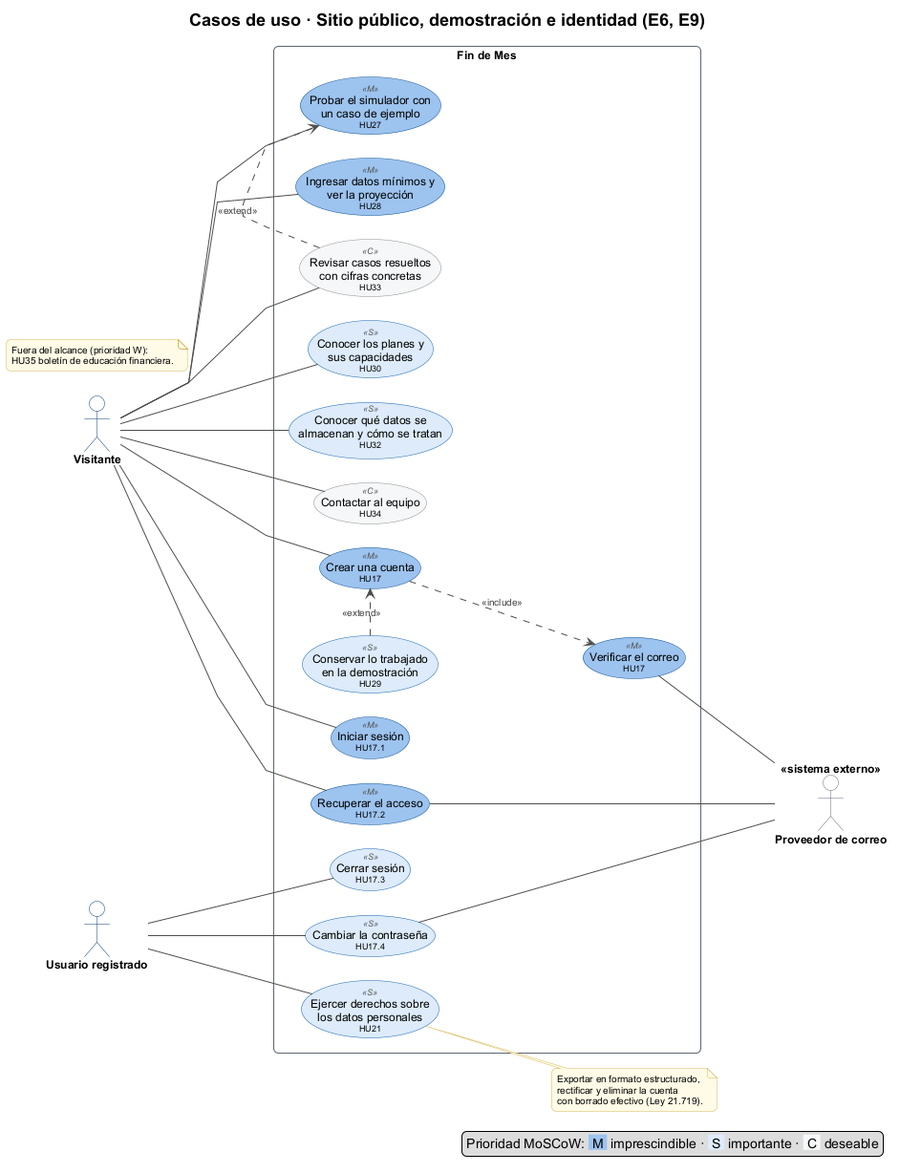
The PlantUML diagram docs/diagrams/use-cases/cu-1-sitio-publico-e-identidad.png in offlnr/findemes, before a commit.
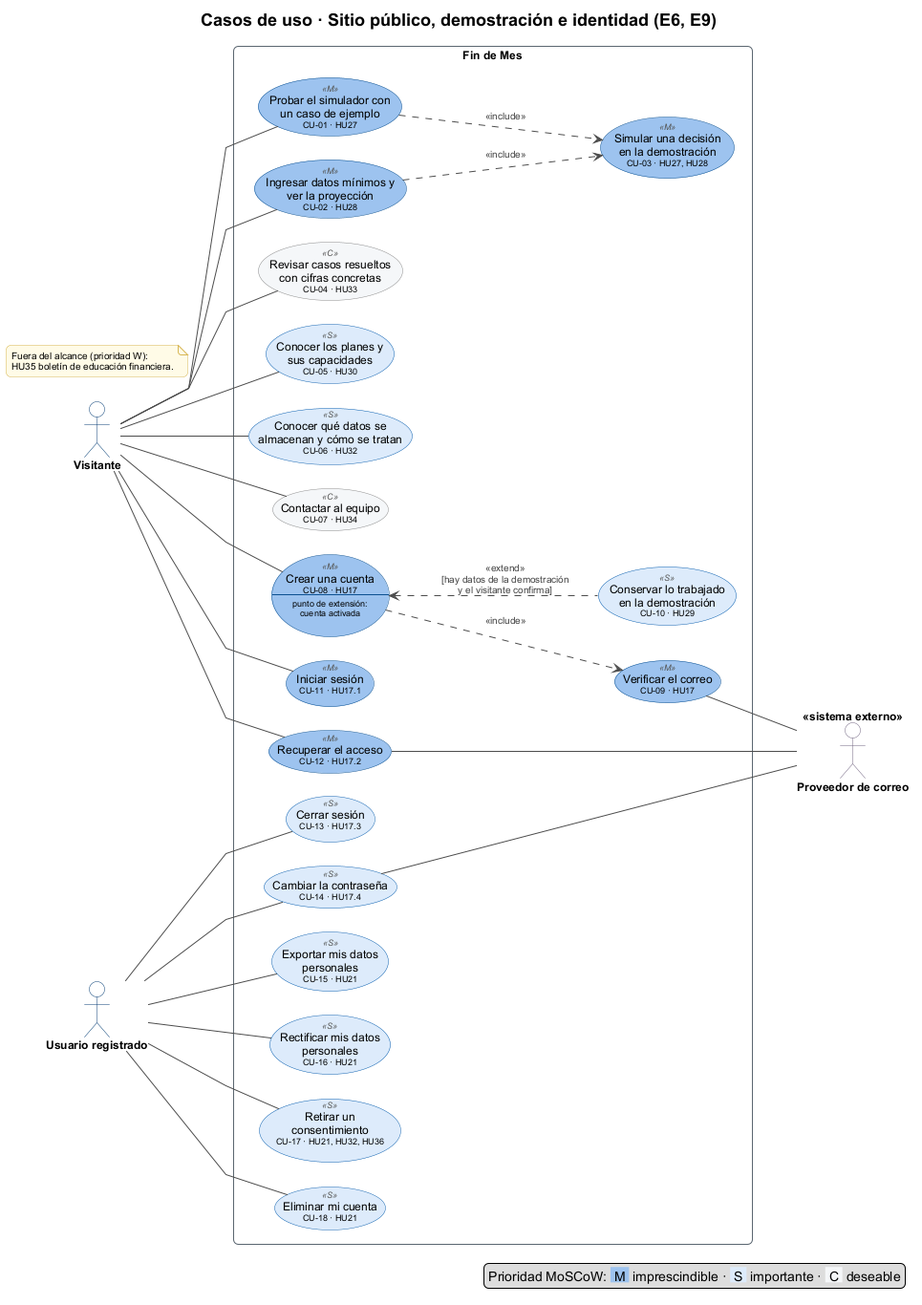
The same diagram one commit later.

Change to the diagram source:
```diff
@@ -8,20 +8,31 @@
 actor "Proveedor de correo" <<sistema externo>> as MAIL
 
 rectangle "Fin de Mes" {
-  usecase "Probar el simulador con\nun caso de ejemplo\n<size:9>HU27</size>" as HU27 <<M>>
-  usecase "Ingresar datos mínimos y\nver la proyección\n<size:9>HU28</size>" as HU28 <<M>>
-  usecase "Revisar casos resueltos\ncon cifras concretas\n<size:9>HU33</size>" as HU33 <<C>>
-  usecase "Conocer los planes y\nsus capacidades\n<size:9>HU30</size>" as HU30 <<S>>
-  usecase "Conocer qué datos se\nalmacenan y cómo se tratan\n<size:9>HU32</size>" as HU32 <<S>>
-  usecase "Contactar al equipo\n<size:9>HU34</size>" as HU34 <<C>>
-  usecase "Crear una cuenta\n<size:9>HU17</size>" as HU17 <<M>>
-  usecase "Verificar el correo\n<size:9>HU17</size>" as VERIFY <<M>>
-  usecase "Conservar lo trabajado\nen la demostración\n<size:9>HU29</size>" as HU29 <<S>>
-  usecase "Iniciar sesión\n<size:9>HU17.1</size>" as HU171 <<M>>
-  usecase "Recuperar el acceso\n<size:9>HU17.2</size>" as HU172 <<M>>
-  usecase "Cerrar sesión\n<size:9>HU17.3</size>" as HU173 <<S>>
-  usecase "Cambiar la contraseña\n<size:9>HU17.4</size>" as HU174 <<S>>
-  usecase "Ejercer derechos sobre\nlos datos personales\n<size:9>HU21</size>" as HU21 <<S>>
+  usecase "Probar el simulador con\nun caso de ejemplo\n<size:9>CU-01 · HU27</size>" as HU27 <<M>>
+  usecase "Ingresar datos mínimos y\nver la proyección\n<size:9>CU-02 · HU28</size>" as HU28 <<M>>
+  usecase "Simular una decisión\nen la demostración\n<size:9>CU-03 · HU27, HU28</size>" as SIMDEMO <<M>>
+
+  usecase "Revisar casos resueltos\ncon cifras concretas\n<size:9>CU-04 · HU33</size>" as HU33 <<C>>
+  usecase "Conocer los planes y\nsus capacidades\n<size:9>CU-05 · HU30</size>" as HU30 <<S>>
+  usecase "Conocer qué datos se\nalmacenan y cómo se tratan\n<size:9>CU-06 · HU32</size>" as HU32 <<S>>
+  usecase "Contactar al equipo\n<size:9>CU-07 · HU34</size>" as HU34 <<C>>
+
+  usecase HU17 <<M>> as "Crear una cuenta
+<size:9>CU-08 · HU17</size>
+--
+<size:9>punto de extensión:</size>
+<size:9>cuenta activada</size>"
+  usecase "Verificar el correo\n<size:9>CU-09 · HU17</size>" as VERIFY <<M>>
+  usecase "Conservar lo trabajado\nen la demostración\n<size:9>CU-10 · HU29</size>" as HU29 <<S>>
+  usecase "Iniciar sesión\n<size:9>CU-11 · HU17.1</size>" as HU171 <<M>>
+  usecase "Recuperar el acceso\n<size:9>CU-12 · HU17.2</size>" as HU172 <<M>>
+
+  usecase "Cerrar sesión\n<size:9>CU-13 · HU17.3</size>" as HU173 <<S>>
+  usecase "Cambiar la contraseña\n<size:9>CU-14 · HU17.4</size>" as HU174 <<S>>
+  usecase "Exportar mis datos\npersonales\n<size:9>CU-15 · HU21</size>" as EXP <<S>>
+  usecase "Rectificar mis datos\npersonales\n<size:9>CU-16 · HU21</size>" as RECT <<S>>
+  usecase "Retirar un\nconsentimiento\n<size:9>CU-17 · HU21, HU32, HU36</size>" as CONS <<S>>
+  usecase "Eliminar mi cuenta\n<size:9>CU-18 · HU21</size>" as DEL <<S>>
 }
 
 V -- HU27
@@ -36,21 +47,19 @@
 
 U -- HU173
 U -- HU174
-U -- HU21
+U -- EXP
+U -- RECT
+U -- CONS
+U -- DEL
 
+HU27 ..> SIMDEMO : <<include>>
+HU28 ..> SIMDEMO : <<include>>
 HU17 ..> VERIFY : <<include>>
-HU29 .[norank].> HU17 : <<extend>>
-HU33 .[norank].> HU27 : <<extend>>
+HU17 <.. HU29 : <<extend>>\n[hay datos de la demostración\ny el visitante confirma]
 
 VERIFY -- MAIL
 HU172 -- MAIL
 HU174 -- MAIL
-
-note right of HU21
-  Exportar en formato estructurado,
-  rectificar y eliminar la cuenta
-  con borrado efectivo (Ley 21.719).
-end note
 
 note "Fuera del alcance (prioridad W):\nHU35 boletín de educación financiera." as OUT
 
```
